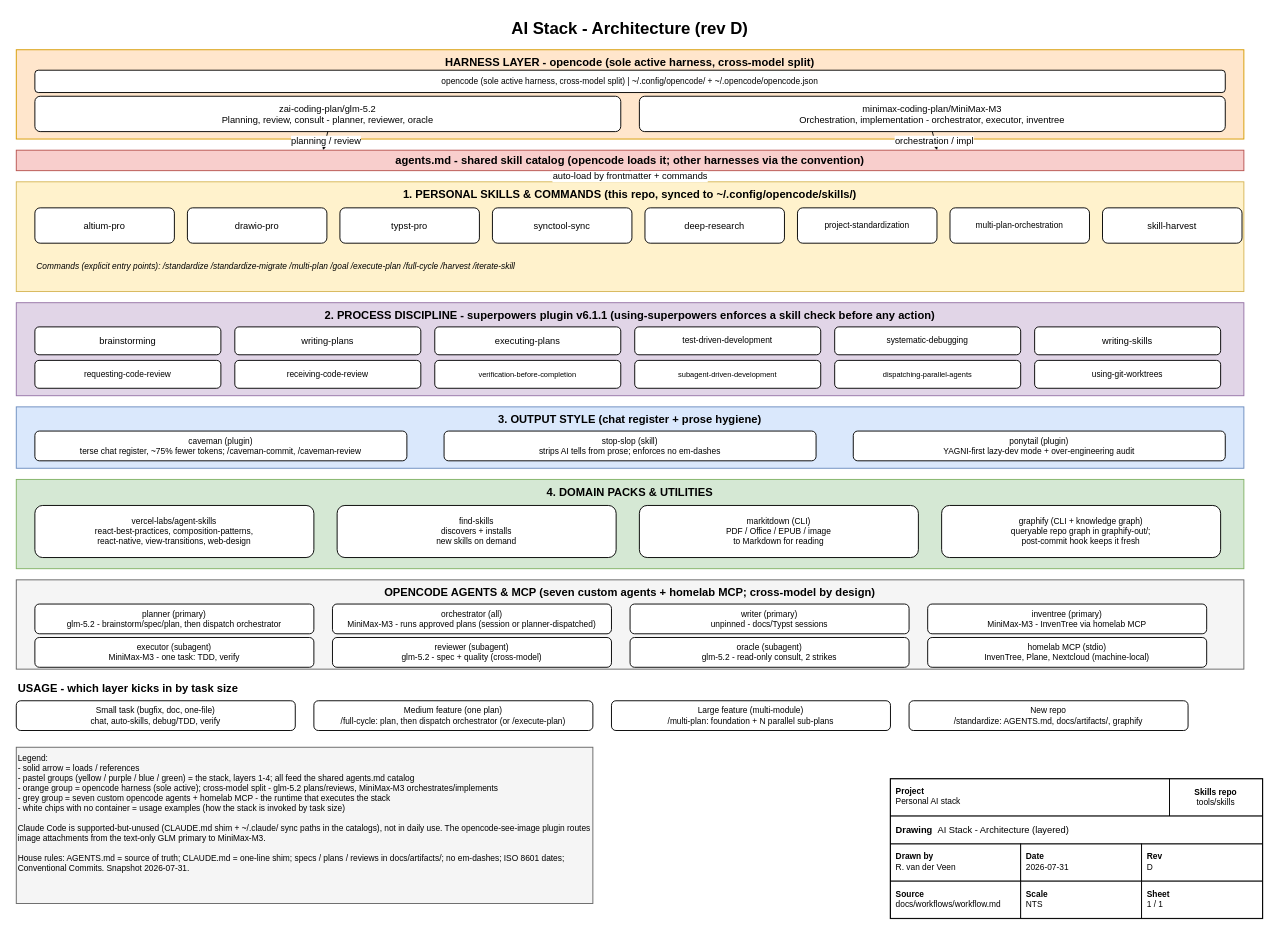
RubenVanDerVeen/skills keeps this draw.io diagram as docs/workflows/stack.drawio. Above is the earlier version. Source tidied: cells renumbered, new cells numbered last; positions are measured from the earlier drawing's top-left corner, leaving out a move shared by most shapes. Both pictures are drawn from the tidied source at 93%, with x=0, y=0 at pixel (16, 16).
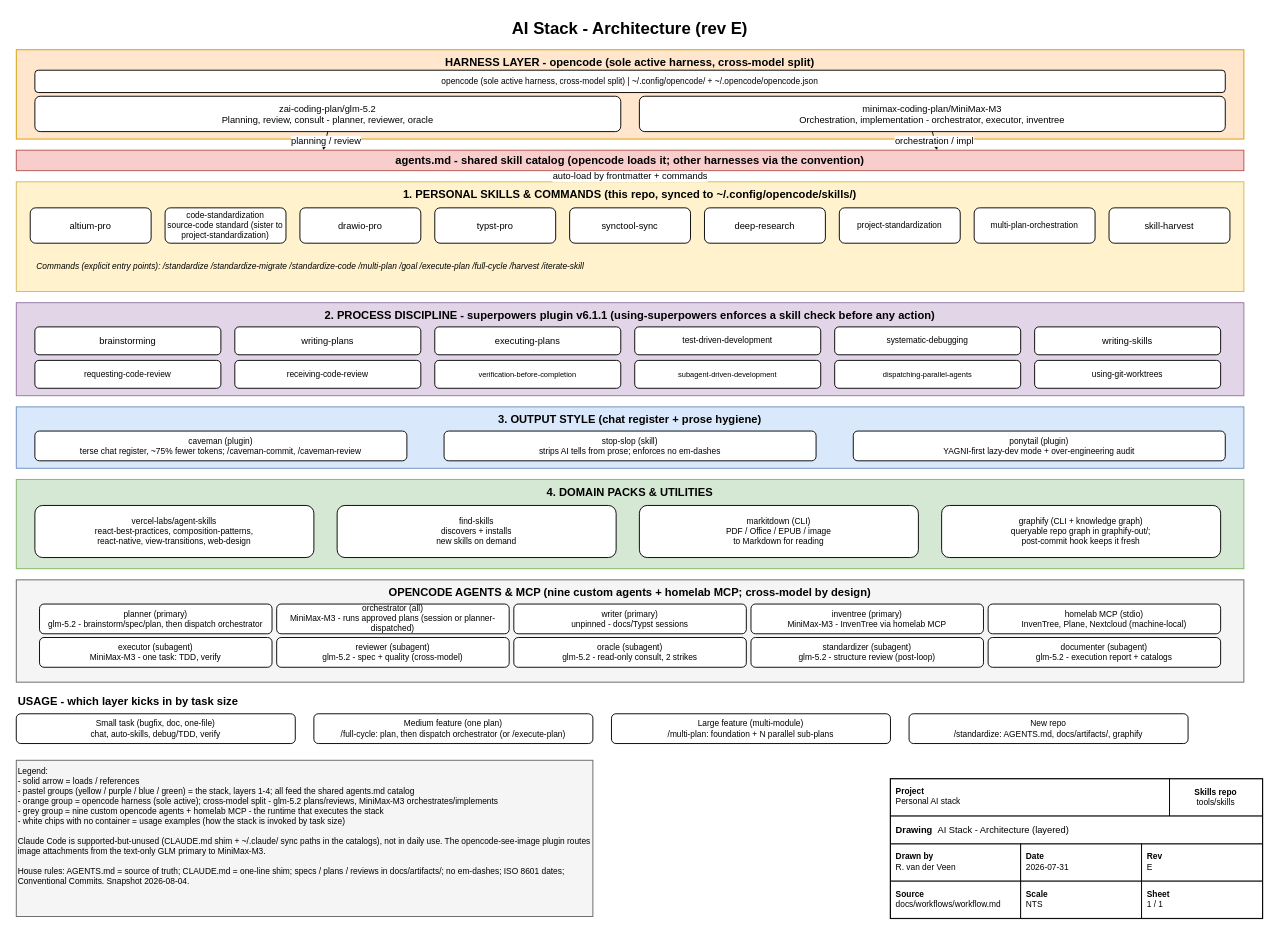
Above is the later version.

Commit message (it also covers changes not shown here):
docs(workflows): document code-standardization skill and merged standardizer pass

Unchanged cells that the change refers to:
```xml
<mxCell id="8" value="1. PERSONAL SKILLS &amp; COMMANDS (this repo, synced to ~/.config/opencode/skills/)" style="rounded=0;whiteSpace=wrap;html=1;fillColor=#fff2cc;strokeColor=#d6b656;verticalAlign=top;fontStyle=1;fontSize=12;" parent="1" vertex="1">
  <mxGeometry y="178" width="1320" height="118" as="geometry" />
</mxCell>
```

Change to the diagram source:
```diff
@@
-    <mxCell id="2" value="AI Stack - Architecture (rev D)" style="text;html=1;strokeColor=none;fillColor=none;align=center;verticalAlign=middle;whiteSpace=wrap;rounded=0;fontSize=18;fontStyle=1;" parent="1" vertex="1">
+    <mxCell id="2" value="AI Stack - Architecture (rev E)" style="text;html=1;strokeColor=none;fillColor=none;align=center;verticalAlign=middle;whiteSpace=wrap;rounded=0;fontSize=18;fontStyle=1;" parent="1" vertex="1">
       <mxGeometry width="1320" height="28" as="geometry" />
     </mxCell>
@@
     <mxCell id="9" value="altium-pro" style="rounded=1;whiteSpace=wrap;html=1;fillColor=#ffffff;strokeColor=#000000;fontSize=10;" parent="8" vertex="1">
-      <mxGeometry x="20" y="28" width="150" height="38" as="geometry" />
+      <mxGeometry x="15" y="28" width="130" height="38" as="geometry" />
     </mxCell>
+    <mxCell id="68" value="code-standardization&#10;source-code standard (sister to project-standardization)" style="rounded=1;whiteSpace=wrap;html=1;fillColor=#ffffff;strokeColor=#000000;fontSize=9;" parent="8" vertex="1">
+      <mxGeometry x="160" y="28" width="130" height="38" as="geometry" />
+    </mxCell>
     <mxCell id="10" value="drawio-pro" style="rounded=1;whiteSpace=wrap;html=1;fillColor=#ffffff;strokeColor=#000000;fontSize=10;" parent="8" vertex="1">
-      <mxGeometry x="184" y="28" width="150" height="38" as="geometry" />
+      <mxGeometry x="305" y="28" width="130" height="38" as="geometry" />
     </mxCell>
     <mxCell id="11" value="typst-pro" style="rounded=1;whiteSpace=wrap;html=1;fillColor=#ffffff;strokeColor=#000000;fontSize=10;" parent="8" vertex="1">
-      <mxGeometry x="348" y="28" width="150" height="38" as="geometry" />
+      <mxGeometry x="450" y="28" width="130" height="38" as="geometry" />
     </mxCell>
     <mxCell id="12" value="synctool-sync" style="rounded=1;whiteSpace=wrap;html=1;fillColor=#ffffff;strokeColor=#000000;fontSize=10;" parent="8" vertex="1">
-      <mxGeometry x="512" y="28" width="150" height="38" as="geometry" />
+      <mxGeometry x="595" y="28" width="130" height="38" as="geometry" />
     </mxCell>
     <mxCell id="13" value="deep-research" style="rounded=1;whiteSpace=wrap;html=1;fillColor=#ffffff;strokeColor=#000000;fontSize=10;" parent="8" vertex="1">
-      <mxGeometry x="676" y="28" width="150" height="38" as="geometry" />
+      <mxGeometry x="740" y="28" width="130" height="38" as="geometry" />
     </mxCell>
     <mxCell id="14" value="project-standardization" style="rounded=1;whiteSpace=wrap;html=1;fillColor=#ffffff;strokeColor=#000000;fontSize=9;" parent="8" vertex="1">
-      <mxGeometry x="840" y="28" width="150" height="38" as="geometry" />
+      <mxGeometry x="885" y="28" width="130" height="38" as="geometry" />
     </mxCell>
     <mxCell id="15" value="multi-plan-orchestration" style="rounded=1;whiteSpace=wrap;html=1;fillColor=#ffffff;strokeColor=#000000;fontSize=9;" parent="8" vertex="1">
-      <mxGeometry x="1004" y="28" width="150" height="38" as="geometry" />
+      <mxGeometry x="1030" y="28" width="130" height="38" as="geometry" />
     </mxCell>
     <mxCell id="16" value="skill-harvest" style="rounded=1;whiteSpace=wrap;html=1;fillColor=#ffffff;strokeColor=#000000;fontSize=10;" parent="8" vertex="1">
-      <mxGeometry x="1168" y="28" width="150" height="38" as="geometry" />
+      <mxGeometry x="1175" y="28" width="130" height="38" as="geometry" />
     </mxCell>
-    <mxCell id="17" value="Commands (explicit entry points): /standardize  /standardize-migrate  /multi-plan  /goal  /execute-plan  /full-cycle  /harvest  /iterate-skill" style="text;html=1;align=left;verticalAlign=middle;whiteSpace=wrap;rounded=0;fontSize=9;fontStyle=2;" parent="8" vertex="1">
+    <mxCell id="17" value="Commands (explicit entry points): /standardize  /standardize-migrate  /standardize-code  /multi-plan  /goal  /execute-plan  /full-cycle  /harvest  /iterate-skill" style="text;html=1;align=left;verticalAlign=middle;whiteSpace=wrap;rounded=0;fontSize=9;fontStyle=2;" parent="8" vertex="1">
       <mxGeometry x="20" y="74" width="1280" height="34" as="geometry" />
     </mxCell>
@@
-    <mxCell id="40" value="OPENCODE AGENTS &amp; MCP (seven custom agents + homelab MCP; cross-model by design)" style="rounded=0;whiteSpace=wrap;html=1;fillColor=#f5f5f5;strokeColor=#666666;verticalAlign=top;fontStyle=1;fontSize=12;" parent="1" vertex="1">
-      <mxGeometry y="606" width="1320" height="96" as="geometry" />
+    <mxCell id="40" value="OPENCODE AGENTS &amp; MCP (nine custom agents + homelab MCP; cross-model by design)" style="rounded=0;whiteSpace=wrap;html=1;fillColor=#f5f5f5;strokeColor=#666666;verticalAlign=top;fontStyle=1;fontSize=12;" parent="1" vertex="1">
+      <mxGeometry y="606" width="1320" height="110" as="geometry" />
     </mxCell>
     <mxCell id="41" value="planner (primary)&#10;glm-5.2 - brainstorm/spec/plan, then dispatch orchestrator" style="rounded=1;whiteSpace=wrap;html=1;fillColor=#ffffff;strokeColor=#000000;fontSize=9;" parent="40" vertex="1">
-      <mxGeometry x="20" y="26" width="300" height="32" as="geometry" />
+      <mxGeometry x="25" y="26" width="250" height="32" as="geometry" />
     </mxCell>
     <mxCell id="42" value="orchestrator (all)&#10;MiniMax-M3 - runs approved plans (session or planner-dispatched)" style="rounded=1;whiteSpace=wrap;html=1;fillColor=#ffffff;strokeColor=#000000;fontSize=9;" parent="40" vertex="1">
-      <mxGeometry x="340" y="26" width="300" height="32" as="geometry" />
+      <mxGeometry x="280" y="26" width="250" height="32" as="geometry" />
     </mxCell>
     <mxCell id="43" value="writer (primary)&#10;unpinned - docs/Typst sessions" style="rounded=1;whiteSpace=wrap;html=1;fillColor=#ffffff;strokeColor=#000000;fontSize=9;" parent="40" vertex="1">
-      <mxGeometry x="660" y="26" width="300" height="32" as="geometry" />
+      <mxGeometry x="535" y="26" width="250" height="32" as="geometry" />
     </mxCell>
     <mxCell id="44" value="inventree (primary)&#10;MiniMax-M3 - InvenTree via homelab MCP" style="rounded=1;whiteSpace=wrap;html=1;fillColor=#ffffff;strokeColor=#000000;fontSize=9;" parent="40" vertex="1">
-      <mxGeometry x="980" y="26" width="300" height="32" as="geometry" />
+      <mxGeometry x="790" y="26" width="250" height="32" as="geometry" />
     </mxCell>
+    <mxCell id="48" value="homelab MCP (stdio)&#10;InvenTree, Plane, Nextcloud (machine-local)" style="rounded=1;whiteSpace=wrap;html=1;fillColor=#ffffff;strokeColor=#000000;fontSize=9;" parent="40" vertex="1">
+      <mxGeometry x="1045" y="26" width="250" height="32" as="geometry" />
+    </mxCell>
     <mxCell id="45" value="executor (subagent)&#10;MiniMax-M3 - one task: TDD, verify" style="rounded=1;whiteSpace=wrap;html=1;fillColor=#ffffff;strokeColor=#000000;fontSize=9;" parent="40" vertex="1">
-      <mxGeometry x="20" y="62" width="300" height="32" as="geometry" />
+      <mxGeometry x="25" y="62" width="250" height="32" as="geometry" />
     </mxCell>
     <mxCell id="46" value="reviewer (subagent)&#10;glm-5.2 - spec + quality (cross-model)" style="rounded=1;whiteSpace=wrap;html=1;fillColor=#ffffff;strokeColor=#000000;fontSize=9;" parent="40" vertex="1">
-      <mxGeometry x="340" y="62" width="300" height="32" as="geometry" />
+      <mxGeometry x="280" y="62" width="250" height="32" as="geometry" />
     </mxCell>
     <mxCell id="47" value="oracle (subagent)&#10;glm-5.2 - read-only consult, 2 strikes" style="rounded=1;whiteSpace=wrap;html=1;fillColor=#ffffff;strokeColor=#000000;fontSize=9;" parent="40" vertex="1">
-      <mxGeometry x="660" y="62" width="300" height="32" as="geometry" />
+      <mxGeometry x="535" y="62" width="250" height="32" as="geometry" />
     </mxCell>
-    <mxCell id="48" value="homelab MCP (stdio)&#10;InvenTree, Plane, Nextcloud (machine-local)" style="rounded=1;whiteSpace=wrap;html=1;fillColor=#ffffff;strokeColor=#000000;fontSize=9;" parent="40" vertex="1">
-      <mxGeometry x="980" y="62" width="300" height="32" as="geometry" />
-    </mxCell>
+    <mxCell id="69" value="standardizer (subagent)&#10;glm-5.2 - structure review (post-loop)" style="rounded=1;whiteSpace=wrap;html=1;fillColor=#ffffff;strokeColor=#000000;fontSize=9;" parent="40" vertex="1">
+      <mxGeometry x="790" y="62" width="250" height="32" as="geometry" />
+    </mxCell>
+    <mxCell id="70" value="documenter (subagent)&#10;glm-5.2 - execution report + catalogs" style="rounded=1;whiteSpace=wrap;html=1;fillColor=#ffffff;strokeColor=#000000;fontSize=9;" parent="40" vertex="1">
+      <mxGeometry x="1045" y="62" width="250" height="32" as="geometry" />
+    </mxCell>
     <mxCell id="49" value="USAGE - which layer kicks in by task size" style="text;html=1;align=left;verticalAlign=middle;whiteSpace=wrap;rounded=0;fontSize=12;fontStyle=1;" parent="1" vertex="1">
-      <mxGeometry y="714" width="1320" height="18" as="geometry" />
+      <mxGeometry y="728" width="1320" height="18" as="geometry" />
     </mxCell>
     <mxCell id="50" value="Small task (bugfix, doc, one-file)&#10;chat, auto-skills, debug/TDD, verify" style="rounded=1;whiteSpace=wrap;html=1;fillColor=#ffffff;strokeColor=#000000;fontSize=9;" parent="1" vertex="1">
-      <mxGeometry y="736" width="300" height="32" as="geometry" />
+      <mxGeometry y="750" width="300" height="32" as="geometry" />
     </mxCell>
     <mxCell id="51" value="Medium feature (one plan)&#10;/full-cycle: plan, then dispatch orchestrator (or /execute-plan)" style="rounded=1;whiteSpace=wrap;html=1;fillColor=#ffffff;strokeColor=#000000;fontSize=9;" parent="1" vertex="1">
-      <mxGeometry x="320" y="736" width="300" height="32" as="geometry" />
+      <mxGeometry x="320" y="750" width="300" height="32" as="geometry" />
     </mxCell>
     <mxCell id="52" value="Large feature (multi-module)&#10;/multi-plan: foundation + N parallel sub-plans" style="rounded=1;whiteSpace=wrap;html=1;fillColor=#ffffff;strokeColor=#000000;fontSize=9;" parent="1" vertex="1">
-      <mxGeometry x="640" y="736" width="300" height="32" as="geometry" />
+      <mxGeometry x="640" y="750" width="300" height="32" as="geometry" />
     </mxCell>
     <mxCell id="53" value="New repo&#10;/standardize: AGENTS.md, docs/artifacts/, graphify" style="rounded=1;whiteSpace=wrap;html=1;fillColor=#ffffff;strokeColor=#000000;fontSize=9;" parent="1" vertex="1">
-      <mxGeometry x="960" y="736" width="300" height="32" as="geometry" />
+      <mxGeometry x="960" y="750" width="300" height="32" as="geometry" />
     </mxCell>
@@
-    <mxCell id="57" value="Legend:&#10;- solid arrow = loads / references&#10;- pastel groups (yellow / purple / blue / green) = the stack, layers 1-4; all feed the shared agents.md catalog&#10;- orange group = opencode harness (sole active); cross-model split - glm-5.2 plans/reviews, MiniMax-M3 orchestrates/implements&#10;- grey group = seven custom opencode agents + homelab MCP - the runtime that executes the stack&#10;- white chips with no container = usage examples (how the stack is invoked by task size)&#10;&#10;Claude Code is supported-but-unused (CLAUDE.md shim + ~/.claude/ sync paths in the catalogs), not in daily use. The opencode-see-image plugin routes image attachments from the text-only GLM primary to MiniMax-M3.&#10;&#10;House rules: AGENTS.md = source of truth; CLAUDE.md = one-line shim; specs / plans / reviews in docs/artifacts/; no em-dashes; ISO 8601 dates; Conventional Commits. Snapshot 2026-07-31." style="rounded=0;whiteSpace=wrap;html=1;fillColor=#f5f5f5;strokeColor=#666666;fontSize=9;align=left;verticalAlign=top;" parent="1" vertex="1">
-      <mxGeometry y="786" width="620" height="168" as="geometry" />
+    <mxCell id="57" value="Legend:&#10;- solid arrow = loads / references&#10;- pastel groups (yellow / purple / blue / green) = the stack, layers 1-4; all feed the shared agents.md catalog&#10;- orange group = opencode harness (sole active); cross-model split - glm-5.2 plans/reviews, MiniMax-M3 orchestrates/implements&#10;- grey group = nine custom opencode agents + homelab MCP - the runtime that executes the stack&#10;- white chips with no container = usage examples (how the stack is invoked by task size)&#10;&#10;Claude Code is supported-but-unused (CLAUDE.md shim + ~/.claude/ sync paths in the catalogs), not in daily use. The opencode-see-image plugin routes image attachments from the text-only GLM primary to MiniMax-M3.&#10;&#10;House rules: AGENTS.md = source of truth; CLAUDE.md = one-line shim; specs / plans / reviews in docs/artifacts/; no em-dashes; ISO 8601 dates; Conventional Commits. Snapshot 2026-08-04." style="rounded=0;whiteSpace=wrap;html=1;fillColor=#f5f5f5;strokeColor=#666666;fontSize=9;align=left;verticalAlign=top;" parent="1" vertex="1">
+      <mxGeometry y="800" width="620" height="168" as="geometry" />
     </mxCell>
@@
-    <mxCell id="64" value="&lt;b&gt;Rev&lt;/b&gt;&lt;br&gt;D" style="rounded=0;whiteSpace=wrap;html=1;fillColor=#ffffff;strokeColor=#000000;align=left;verticalAlign=top;fontSize=9;spacingLeft=4;spacingTop=2;" parent="1" vertex="1">
+    <mxCell id="64" value="&lt;b&gt;Rev&lt;/b&gt;&lt;br&gt;E" style="rounded=0;whiteSpace=wrap;html=1;fillColor=#ffffff;strokeColor=#000000;align=left;verticalAlign=top;fontSize=9;spacingLeft=4;spacingTop=2;" parent="1" vertex="1">
       <mxGeometry x="1210" y="890" width="130" height="40" as="geometry" />
     </mxCell>
```
